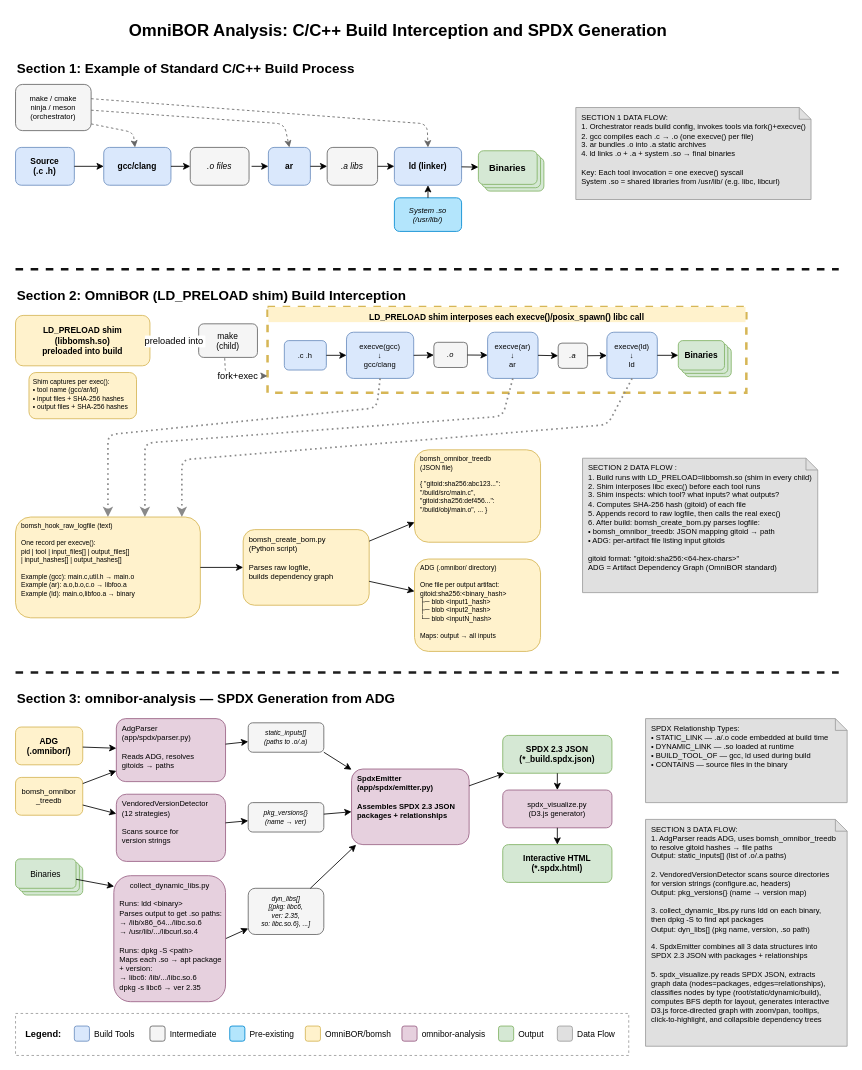
This is docs/sidecar/c-cpp/c-cpp-build-interception.drawio from tedg-dev/bisbom-gen, a draw.io file, before an edit. Source tidied: cells renumbered, new cells numbered last; positions are measured from the earlier drawing's top-left corner, leaving out a move shared by most shapes. Both pictures are drawn from the tidied source at 84%, with x=0, y=0 at pixel (15, 14).
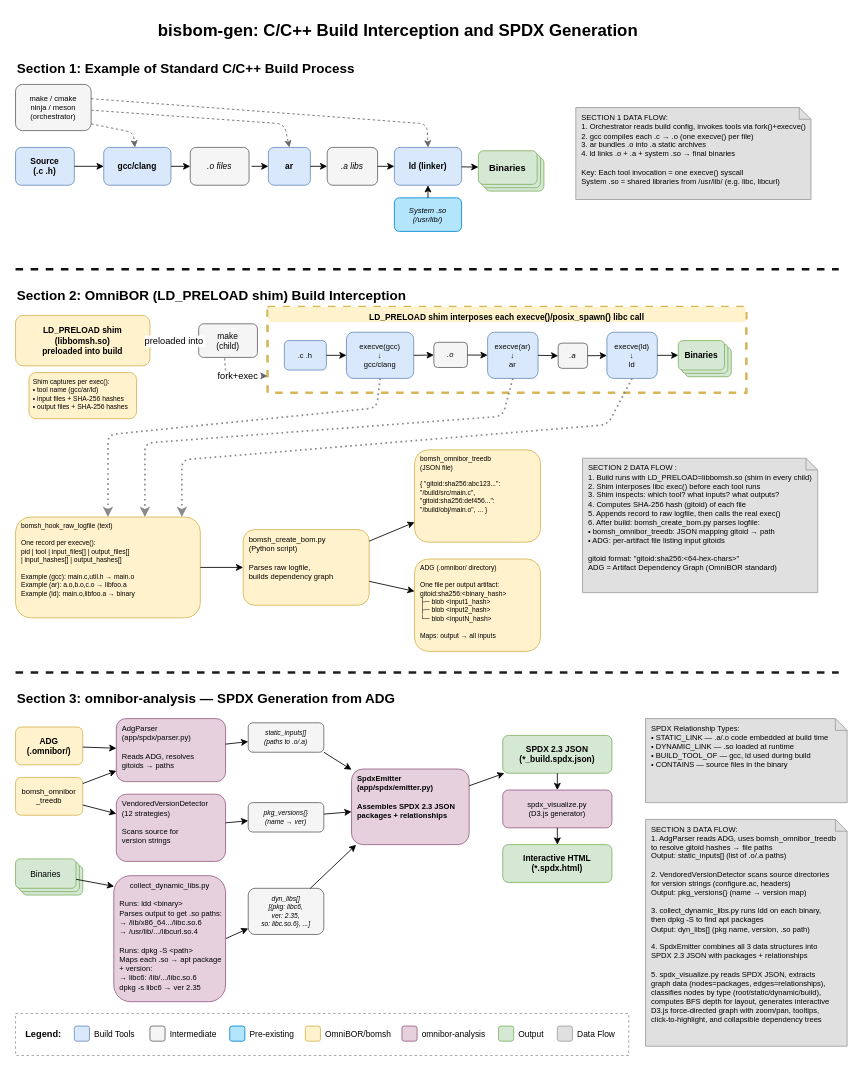
After the change.

What changed in the source:
```diff
@@
-    <mxCell id="2" value="OmniBOR Analysis: C/C++ Build Interception and SPDX Generation" style="text;html=1;fontSize=20;fontStyle=1;align=center;" parent="1" vertex="1">
+    <mxCell id="2" value="bisbom-gen: C/C++ Build Interception and SPDX Generation" style="text;html=1;fontSize=20;fontStyle=1;align=center;" parent="1" vertex="1">
       <mxGeometry x="80" width="750" height="40" as="geometry" />
     </mxCell>
```
